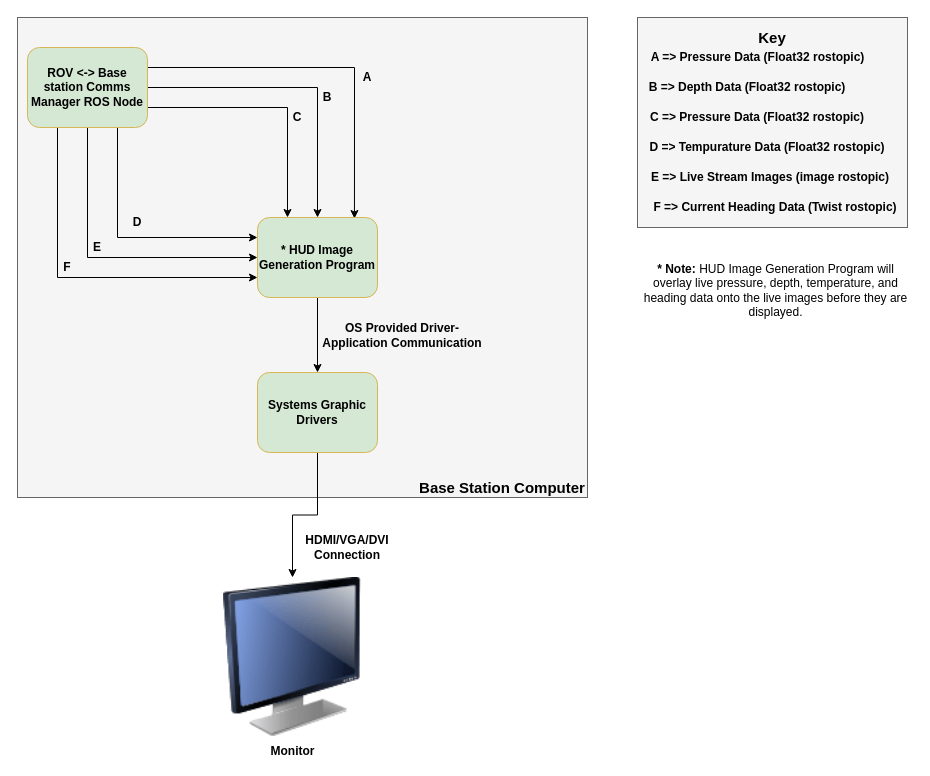
Earlier version of the draw.io diagram docs/architecture/HUD_GUI_Manager.drawio (sherrardTr4129/RIT-MSD-Finger-Lakes-ROV). Source tidied: cells renumbered, new cells numbered last; positions are measured from the earlier drawing's top-left corner, leaving out a move shared by most shapes. Both pictures are drawn from the tidied source at 100%, with x=0, y=0 at pixel (17, 17).
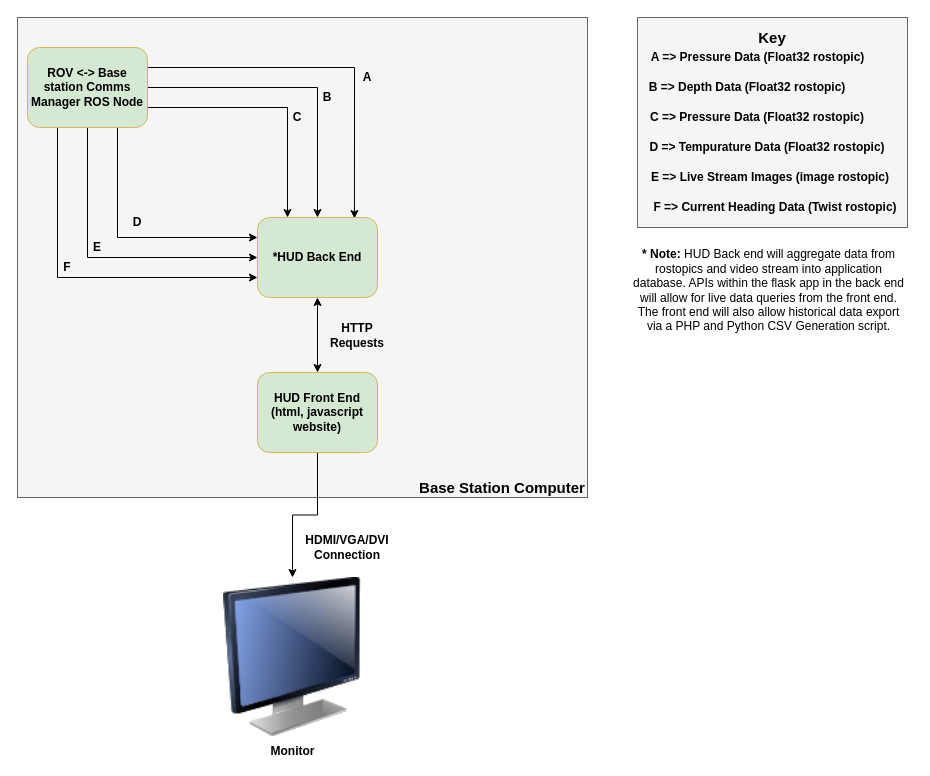
The same diagram, later.

What changed in the source:
```diff
@@
-    <mxCell id="12" style="edgeStyle=orthogonalEdgeStyle;rounded=0;jettySize=auto;html=1;exitX=0.5;exitY=1;exitDx=0;exitDy=0;entryX=0.5;entryY=0;entryDx=0;entryDy=0;" parent="1" edge="1" source="13" target="23">
-      <mxGeometry relative="1" as="geometry" />
-    </mxCell>
-    <mxCell id="13" value="* HUD Image Generation Program" style="rounded=1;whiteSpace=wrap;html=1;fillColor=#D5E8D4;strokeColor=#d6b656;fontStyle=1;" parent="1" vertex="1">
+    <mxCell id="13" value="*HUD Back End" style="rounded=1;whiteSpace=wrap;html=1;fillColor=#D5E8D4;strokeColor=#d6b656;fontStyle=1;" parent="1" vertex="1">
       <mxGeometry x="240" y="200" width="120" height="80" as="geometry" />
     </mxCell>
@@
-    <mxCell id="23" value="Systems Graphic Drivers" style="rounded=1;whiteSpace=wrap;html=1;fillColor=#D5E8D4;strokeColor=#d6b656;fontStyle=1;" parent="1" vertex="1">
+    <mxCell id="23" value="HUD Front End (html, javascript website)" style="rounded=1;whiteSpace=wrap;html=1;fillColor=#D5E8D4;strokeColor=#d6b656;fontStyle=1;" parent="1" vertex="1">
       <mxGeometry x="240" y="355" width="120" height="80" as="geometry" />
     </mxCell>
-    <mxCell id="24" value="OS Provided Driver-Application Communication&lt;br&gt;" style="text;html=1;strokeColor=none;fillColor=none;align=center;verticalAlign=middle;whiteSpace=wrap;rounded=0;fontStyle=1;" parent="1" vertex="1">
-      <mxGeometry x="300" y="308" width="170" height="20" as="geometry" />
-    </mxCell>
@@
-    <mxCell id="32" value="&lt;b&gt;* Note:&lt;/b&gt; HUD Image Generation Program will overlay live pressure, depth, temperature, and heading data onto the live images before they are displayed." style="text;html=1;strokeColor=none;fillColor=none;align=center;verticalAlign=middle;whiteSpace=wrap;rounded=0;" parent="1" vertex="1">
-      <mxGeometry x="620.5" y="237.5" width="275" height="70" as="geometry" />
+    <mxCell id="32" value="&lt;b&gt;* Note:&lt;/b&gt; HUD Back end will aggregate data from rostopics and video stream into application database. APIs within the flask app in the back end will allow for live data queries from the front end. The front end will also allow historical data export via a PHP and Python CSV Generation script." style="text;html=1;strokeColor=none;fillColor=none;align=center;verticalAlign=middle;whiteSpace=wrap;rounded=0;" parent="1" vertex="1">
+      <mxGeometry x="613.5" y="237.5" width="275" height="70" as="geometry" />
     </mxCell>
+    <mxCell id="33" value="HTTP Requests" style="text;html=1;strokeColor=none;fillColor=none;align=center;verticalAlign=middle;whiteSpace=wrap;rounded=0;fontStyle=1;" parent="1" vertex="1">
+      <mxGeometry x="320" y="307.5" width="40" height="20" as="geometry" />
+    </mxCell>
+    <mxCell id="34" style="endArrow=classic;startArrow=classic;html=1;entryX=0.5;entryY=1;entryDx=0;entryDy=0;exitX=0.5;exitY=0;exitDx=0;exitDy=0;" parent="1" edge="1" source="23" target="13">
+      <mxGeometry relative="1" as="geometry" />
+    </mxCell>
```
